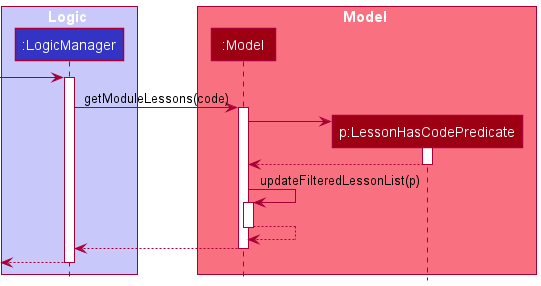
The PlantUML diagram docs/images/GetModuleLessonsSequenceDiagram.png in simonteozw/tp, before a commit. Source of this version:
```plantuml
@startuml
!include style.puml

box Logic LOGIC_COLOR_T1
participant ":LogicManager" as LogicManager LOGIC_COLOR
end box

box Model MODEL_COLOR_T1
participant ":Model" as Model MODEL_COLOR
participant "p:LessonHasCodePredicate" as Pred MODEL_COLOR
end box

[-> LogicManager
activate LogicManager

LogicManager -> Model : getModuleLessons(code)
activate Model

create Pred
Model -> Pred
activate Pred

Pred --> Model
deactivate Pred

Model -> Model : updateFilteredLessonList(p)
activate Model

Model --> Model
deactivate Model

Model --> LogicManager
deactivate Model

[<--LogicManager
deactivate LogicManager

@enduml
```
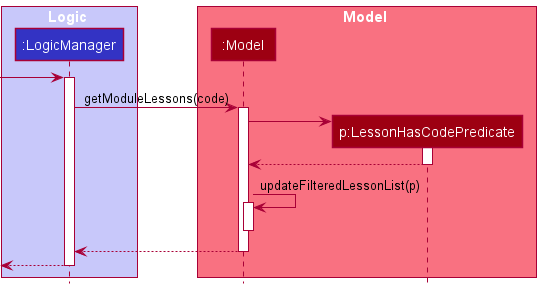
Above is the later version.

The edit, as a diff of the source:
```diff
@@ -26,7 +26,6 @@
 Model -> Model : updateFilteredLessonList(p)
 activate Model
 
-Model --> Model
 deactivate Model
 
 Model --> LogicManager
```
